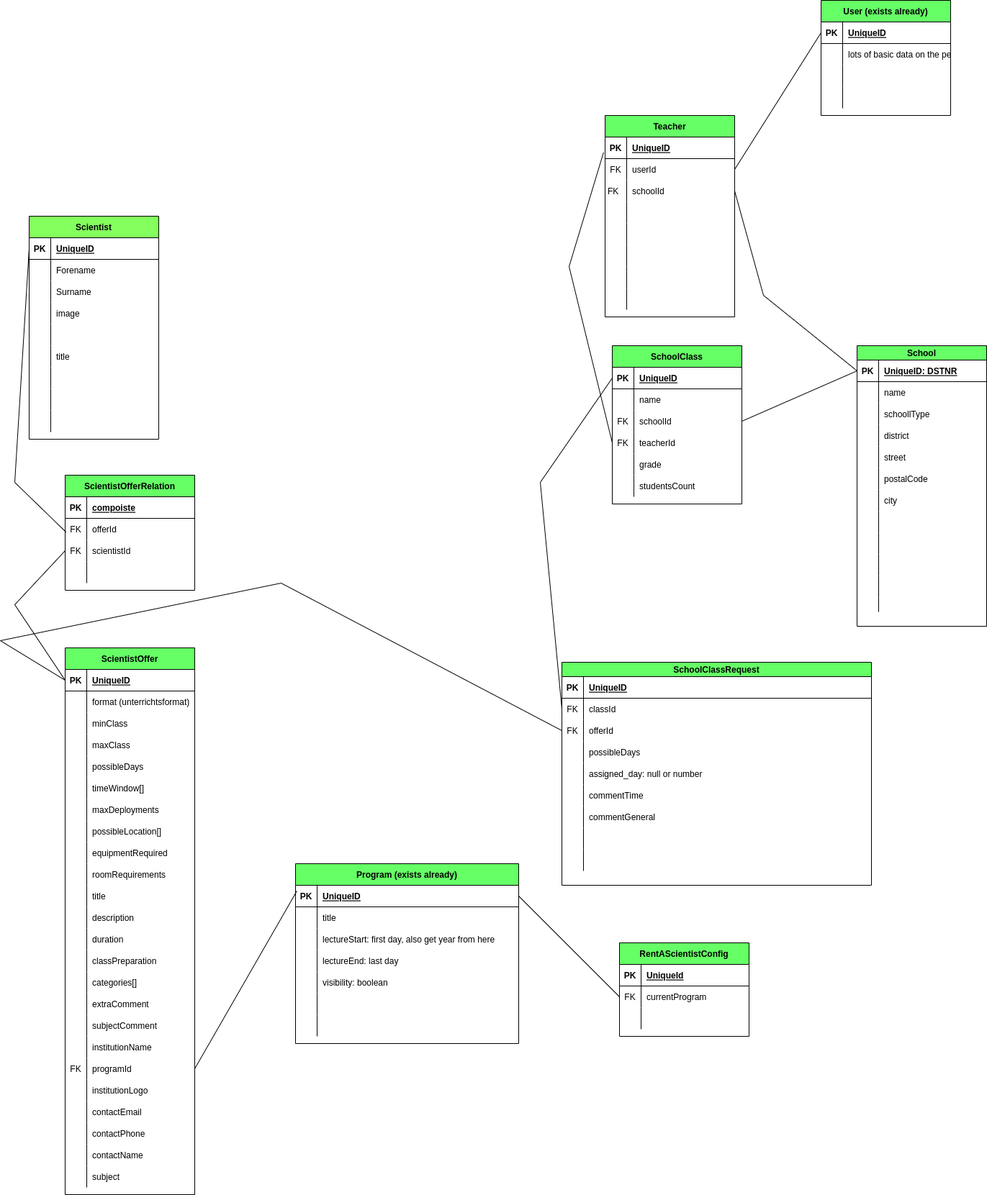
eduhub-org/eduhub keeps this draw.io diagram as rent-a-scientist-er.png. Above is the earlier version. Source tidied: cells renumbered, new cells last; positions are measured from the earlier drawing's top-left corner, leaving out a move shared by most shapes.
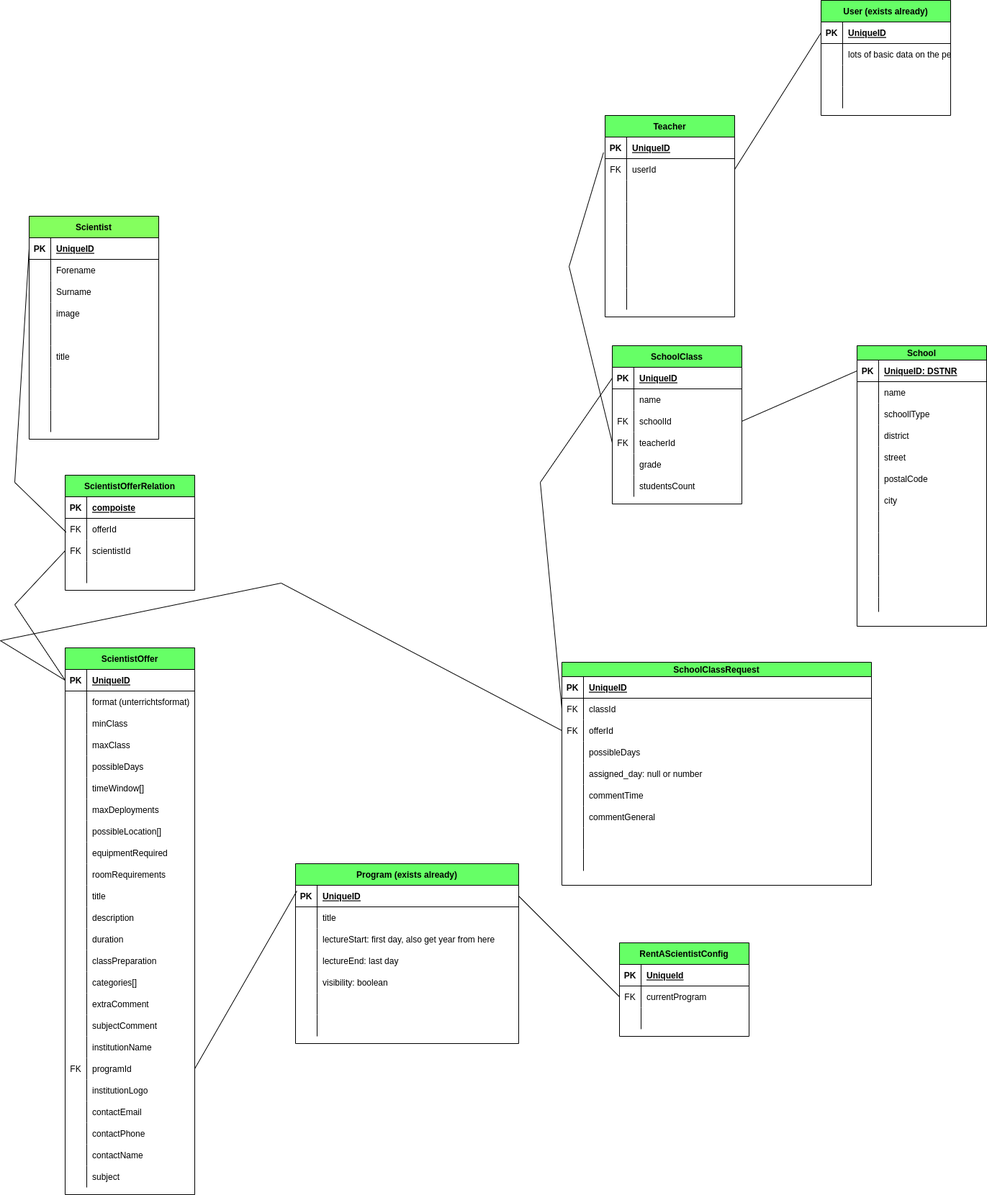
Above is the later version.

What changed in the source:
```diff
@@ -533,13 +533,6 @@
         </Array>
       </mxGeometry>
     </mxCell>
-    <mxCell id="175" style="endArrow=none;html=1;rounded=0;exitX=0;exitY=0.5;exitDx=0;exitDy=0;entryX=1;entryY=0.5;entryDx=0;entryDy=0;" parent="1" edge="1" source="138" target="250">
-      <mxGeometry relative="1" as="geometry">
-        <Array as="points">
-          <mxPoint x="1060" y="410" />
-        </Array>
-      </mxGeometry>
-    </mxCell>
     <mxCell id="176" style="endArrow=none;html=1;rounded=0;exitX=0;exitY=0.5;exitDx=0;exitDy=0;entryX=-0.012;entryY=0.717;entryDx=0;entryDy=0;entryPerimeter=0;" parent="1" edge="1" source="128" target="244">
       <mxGeometry relative="1" as="geometry">
         <Array as="points">
@@ -778,10 +771,10 @@
     <mxCell id="250" style="shape=tableRow;horizontal=0;startSize=0;swimlaneHead=0;swimlaneBody=0;fillColor=none;points=[[0,0.5],[1,0.5]];portConstraint=eastwest;top=0;left=0;right=0;bottom=0;" parent="243" vertex="1">
       <mxGeometry y="90" width="180" height="30" as="geometry" />
     </mxCell>
-    <mxCell id="251" value="FK  " style="shape=partialRectangle;fillColor=none;top=0;left=0;bottom=0;right=0;overflow=hidden;" parent="250" vertex="1">
+    <mxCell id="251" style="shape=partialRectangle;fillColor=none;top=0;left=0;bottom=0;right=0;overflow=hidden;" parent="250" vertex="1">
       <mxGeometry width="30" height="30" as="geometry" />
     </mxCell>
-    <mxCell id="252" value="schoolId" style="shape=partialRectangle;fillColor=none;top=0;left=0;bottom=0;right=0;align=left;spacingLeft=6;overflow=hidden;" parent="250" vertex="1">
+    <mxCell id="252" style="shape=partialRectangle;fillColor=none;top=0;left=0;bottom=0;right=0;align=left;spacingLeft=6;overflow=hidden;" parent="250" vertex="1">
       <mxGeometry x="30" width="150" height="30" as="geometry" />
     </mxCell>
     <mxCell id="253" style="shape=tableRow;horizontal=0;startSize=0;swimlaneHead=0;swimlaneBody=0;fillColor=none;top=0;left=0;right=0;bottom=0;" parent="243" vertex="1">
```
